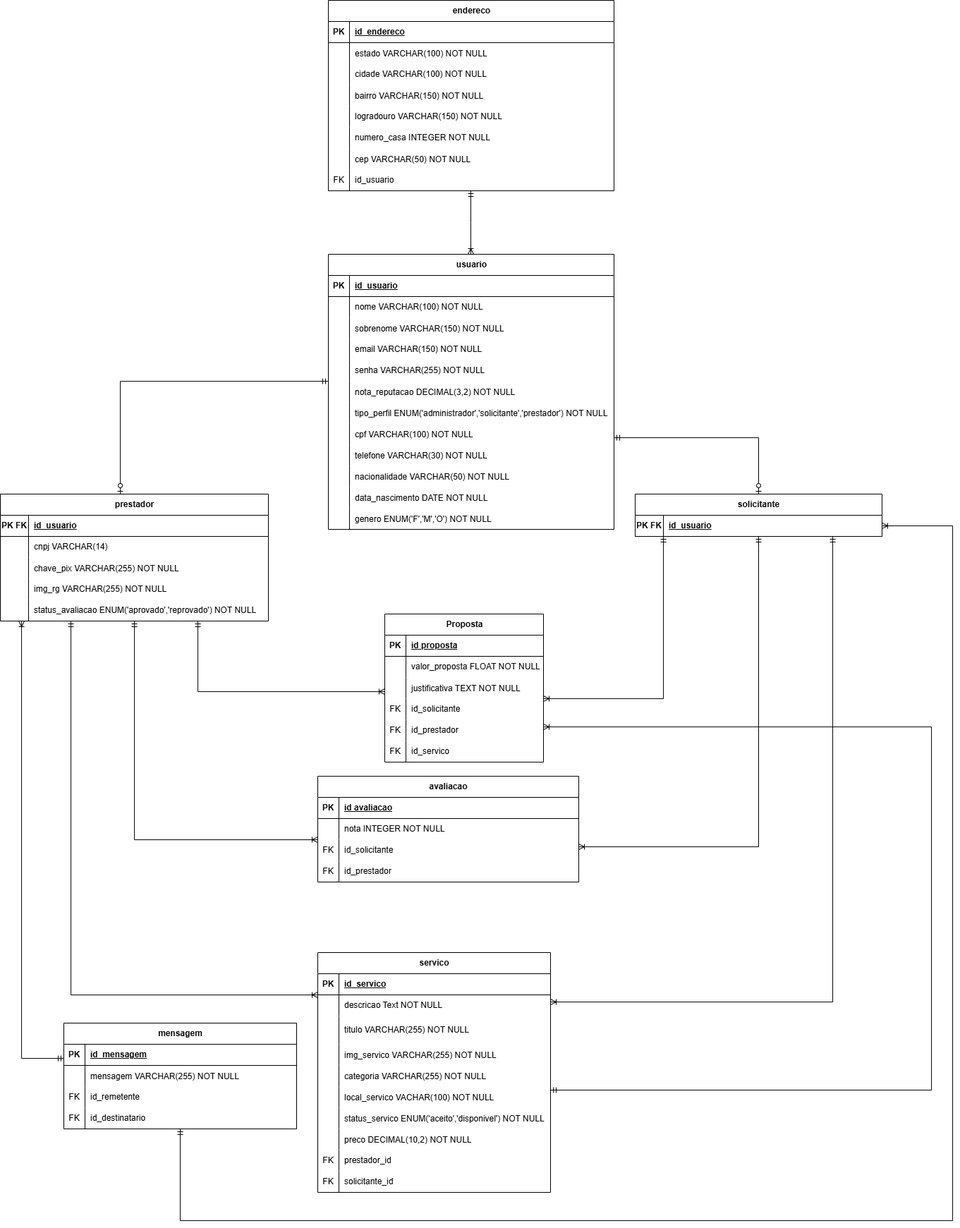
Before: DOCUMENTACAO/Banco_de_dados/DB_Chamuze_Logico.drawio.png, a diagram exported from draw.io (ChamuZe/ChamuZe). Source tidied: cells renumbered, new cells last; positions are measured from the earlier drawing's top-left corner, leaving out a move shared by most shapes.
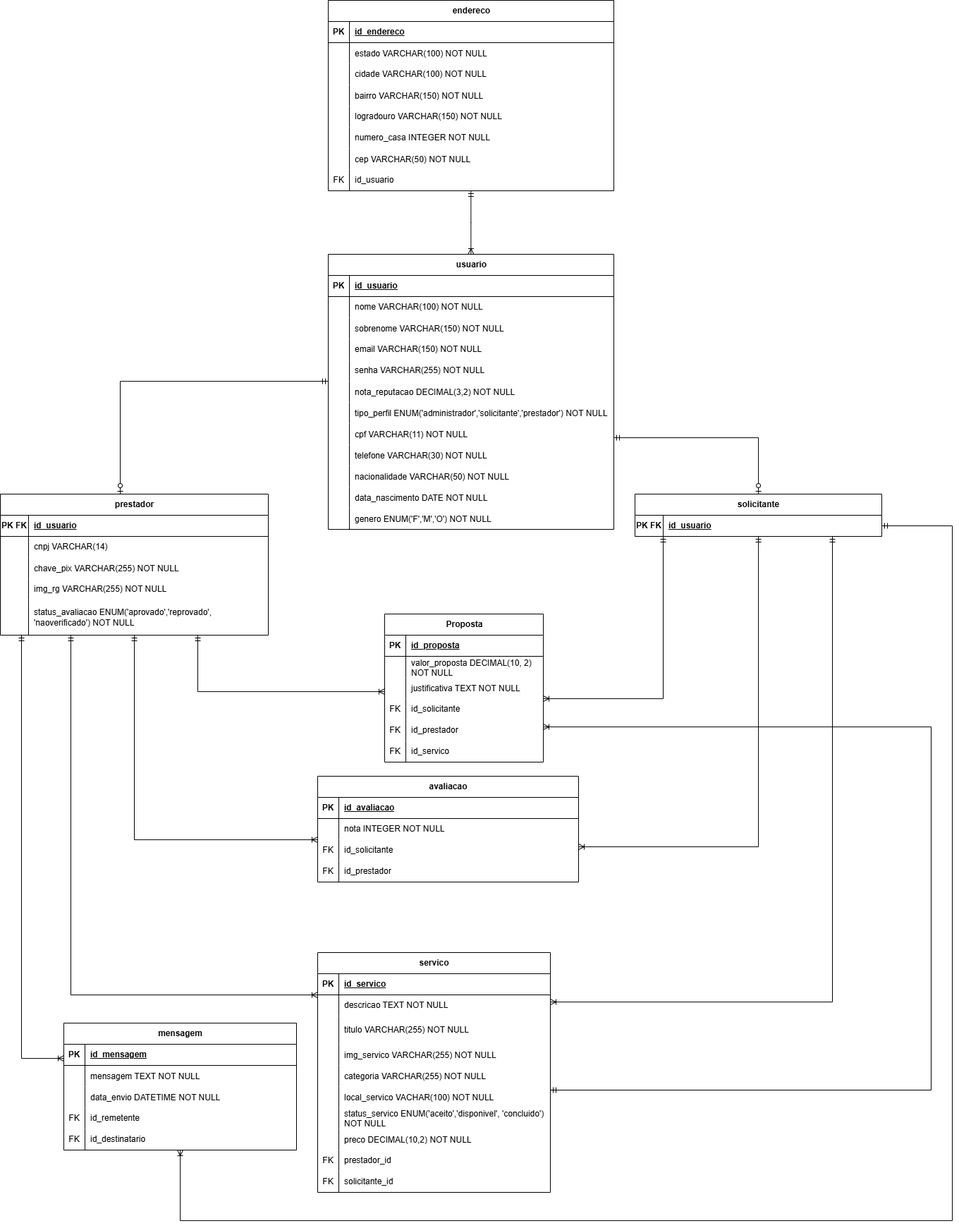
After the commit.

What changed in the source:
```diff
@@ -88,7 +88,7 @@
     <mxCell id="27" style="shape=partialRectangle;fillColor=none;top=0;left=0;bottom=0;right=0;overflow=hidden;" parent="26" vertex="1">
       <mxGeometry width="30" height="30" as="geometry" />
     </mxCell>
-    <mxCell id="28" value="cpf VARCHAR(100) NOT NULL" style="shape=partialRectangle;fillColor=none;top=0;left=0;bottom=0;right=0;align=left;spacingLeft=6;overflow=hidden;" parent="26" vertex="1">
+    <mxCell id="28" value="cpf VARCHAR(11) NOT NULL" style="shape=partialRectangle;fillColor=none;top=0;left=0;bottom=0;right=0;align=left;spacingLeft=6;overflow=hidden;" parent="26" vertex="1">
       <mxGeometry x="30" width="375" height="30" as="geometry" />
     </mxCell>
     <mxCell id="29" style="shape=tableRow;horizontal=0;startSize=0;swimlaneHead=0;swimlaneBody=0;fillColor=none;top=0;left=0;right=0;bottom=0;" parent="4" vertex="1">
@@ -136,7 +136,7 @@
     <mxCell id="43" value="PK" style="shape=partialRectangle;fillColor=none;top=0;left=0;bottom=0;right=0;fontStyle=1;overflow=hidden;whiteSpace=wrap;html=1;" parent="42" vertex="1">
       <mxGeometry width="30" height="30" as="geometry" />
     </mxCell>
-    <mxCell id="44" value="id avaliacao" style="shape=partialRectangle;fillColor=none;top=0;left=0;bottom=0;right=0;align=left;spacingLeft=6;fontStyle=5;overflow=hidden;whiteSpace=wrap;html=1;" parent="42" vertex="1">
+    <mxCell id="44" value="id_avaliacao" style="shape=partialRectangle;fillColor=none;top=0;left=0;bottom=0;right=0;align=left;spacingLeft=6;fontStyle=5;overflow=hidden;whiteSpace=wrap;html=1;" parent="42" vertex="1">
       <mxGeometry x="30" width="340" height="30" as="geometry" />
     </mxCell>
     <mxCell id="45" style="shape=tableRow;horizontal=0;startSize=0;swimlaneHead=0;swimlaneBody=0;fillColor=none;top=0;left=0;right=0;bottom=0;" parent="41" vertex="1">
@@ -208,7 +208,7 @@
     <mxCell id="63" value="PK" style="shape=partialRectangle;fillColor=none;top=0;left=0;bottom=0;right=0;fontStyle=1;overflow=hidden;whiteSpace=wrap;html=1;" parent="62" vertex="1">
       <mxGeometry width="30" height="30" as="geometry" />
     </mxCell>
-    <mxCell id="64" value="id proposta" style="shape=partialRectangle;fillColor=none;top=0;left=0;bottom=0;right=0;align=left;spacingLeft=6;fontStyle=5;overflow=hidden;whiteSpace=wrap;html=1;" parent="62" vertex="1">
+    <mxCell id="64" value="id_proposta" style="shape=partialRectangle;fillColor=none;top=0;left=0;bottom=0;right=0;align=left;spacingLeft=6;fontStyle=5;overflow=hidden;whiteSpace=wrap;html=1;" parent="62" vertex="1">
       <mxGeometry x="30" width="195" height="30" as="geometry" />
     </mxCell>
     <mxCell id="65" style="shape=tableRow;horizontal=0;startSize=0;swimlaneHead=0;swimlaneBody=0;fillColor=none;top=0;left=0;right=0;bottom=0;" parent="61" vertex="1">
@@ -217,7 +217,7 @@
     <mxCell id="66" style="shape=partialRectangle;fillColor=none;top=0;left=0;bottom=0;right=0;overflow=hidden;whiteSpace=wrap;html=1;" parent="65" vertex="1">
       <mxGeometry width="30" height="30" as="geometry" />
     </mxCell>
-    <mxCell id="67" value="valor_proposta FLOAT NOT NULL" style="shape=partialRectangle;fillColor=none;top=0;left=0;bottom=0;right=0;align=left;spacingLeft=6;overflow=hidden;whiteSpace=wrap;html=1;" parent="65" vertex="1">
+    <mxCell id="67" value="valor_proposta DECIMAL(10, 2) NOT NULL" style="shape=partialRectangle;fillColor=none;top=0;left=0;bottom=0;right=0;align=left;spacingLeft=6;overflow=hidden;whiteSpace=wrap;html=1;" parent="65" vertex="1">
       <mxGeometry x="30" width="195" height="30" as="geometry" />
     </mxCell>
     <mxCell id="68" style="shape=tableRow;horizontal=0;startSize=0;swimlaneHead=0;swimlaneBody=0;fillColor=none;top=0;left=0;right=0;bottom=0;" parent="61" vertex="1">
@@ -274,7 +274,7 @@
     <mxCell id="85" style="shape=partialRectangle;fillColor=none;top=0;left=0;bottom=0;right=0;overflow=hidden;whiteSpace=wrap;html=1;" parent="84" vertex="1">
       <mxGeometry width="30" height="30" as="geometry" />
     </mxCell>
-    <mxCell id="86" value="descricao Text NOT NULL" style="shape=partialRectangle;fillColor=none;top=0;left=0;bottom=0;right=0;align=left;spacingLeft=6;overflow=hidden;whiteSpace=wrap;html=1;" parent="84" vertex="1">
+    <mxCell id="86" value="descricao TEXT NOT NULL" style="shape=partialRectangle;fillColor=none;top=0;left=0;bottom=0;right=0;align=left;spacingLeft=6;overflow=hidden;whiteSpace=wrap;html=1;" parent="84" vertex="1">
       <mxGeometry x="30" width="300" height="30" as="geometry" />
     </mxCell>
     <mxCell id="87" style="shape=tableRow;horizontal=0;startSize=0;swimlaneHead=0;swimlaneBody=0;fillColor=none;top=0;left=0;right=0;bottom=0;" parent="80" vertex="1">
@@ -319,7 +319,7 @@
     <mxCell id="100" style="shape=partialRectangle;fillColor=none;top=0;left=0;bottom=0;right=0;overflow=hidden;" parent="99" vertex="1">
       <mxGeometry width="30" height="30" as="geometry" />
     </mxCell>
-    <mxCell id="101" value="status_servico ENUM('aceito','disponivel') NOT NULL" style="shape=partialRectangle;fillColor=none;top=0;left=0;bottom=0;right=0;align=left;spacingLeft=6;overflow=hidden;" parent="99" vertex="1">
+    <mxCell id="101" value="status_servico ENUM('aceito','disponivel', 'concluido') &#10;NOT NULL" style="shape=partialRectangle;fillColor=none;top=0;left=0;bottom=0;right=0;align=left;spacingLeft=6;overflow=hidden;" parent="99" vertex="1">
       <mxGeometry x="30" width="300" height="30" as="geometry" />
     </mxCell>
     <mxCell id="102" style="shape=tableRow;horizontal=0;startSize=0;swimlaneHead=0;swimlaneBody=0;fillColor=none;top=0;left=0;right=0;bottom=0;" parent="80" vertex="1">
@@ -363,7 +363,7 @@
         </Array>
       </mxGeometry>
     </mxCell>
-    <mxCell id="113" style="edgeStyle=orthogonalEdgeStyle;rounded=0;jettySize=auto;html=1;endArrow=ERmandOne;endFill=0;startArrow=ERoneToMany;startFill=0;" parent="1" edge="1" source="114" target="158">
+    <mxCell id="113" style="edgeStyle=orthogonalEdgeStyle;rounded=0;jettySize=auto;html=1;endArrow=ERoneToMany;endFill=0;startArrow=ERmandOne;startFill=0;" parent="1" edge="1" source="114" target="158">
       <mxGeometry relative="1" as="geometry">
         <Array as="points">
           <mxPoint x="30" y="1500" />
@@ -371,7 +371,7 @@
       </mxGeometry>
     </mxCell>
     <mxCell id="114" value="prestador" style="shape=table;startSize=30;rowLines=0;fontStyle=1;align=center;html=1;" parent="1" vertex="1">
-      <mxGeometry y="700" width="380" height="180" as="geometry" />
+      <mxGeometry y="700" width="380" height="200" as="geometry" />
     </mxCell>
     <mxCell id="115" style="shape=tableRow;horizontal=0;startSize=0;swimlaneHead=0;swimlaneBody=0;fillColor=none;top=0;left=0;right=0;bottom=1;" parent="114" vertex="1">
       <mxGeometry y="30" width="380" height="30" as="geometry" />
@@ -410,13 +410,13 @@
       <mxGeometry x="40" width="340" height="30" as="geometry" />
     </mxCell>
     <mxCell id="127" style="shape=tableRow;horizontal=0;startSize=0;swimlaneHead=0;swimlaneBody=0;fillColor=none;top=0;left=0;right=0;bottom=0;" parent="114" vertex="1">
-      <mxGeometry y="150" width="380" height="30" as="geometry" />
+      <mxGeometry y="150" width="380" height="50" as="geometry" />
     </mxCell>
     <mxCell id="128" style="shape=partialRectangle;fillColor=none;top=0;left=0;bottom=0;right=0;overflow=hidden;whiteSpace=wrap;html=1;" parent="127" vertex="1">
-      <mxGeometry width="40" height="30" as="geometry" />
+      <mxGeometry width="40" height="50" as="geometry" />
     </mxCell>
-    <mxCell id="129" value="status_avaliacao ENUM('aprovado','reprovado') NOT NULL" style="shape=partialRectangle;fillColor=none;top=0;left=0;bottom=0;right=0;align=left;spacingLeft=6;overflow=hidden;whiteSpace=wrap;html=1;" parent="127" vertex="1">
-      <mxGeometry x="40" width="340" height="30" as="geometry" />
+    <mxCell id="129" value="status_avaliacao ENUM('aprovado','reprovado', 'naoverificado') NOT NULL" style="shape=partialRectangle;fillColor=none;top=0;left=0;bottom=0;right=0;align=left;spacingLeft=6;overflow=hidden;whiteSpace=wrap;html=1;" parent="127" vertex="1">
+      <mxGeometry x="40" width="340" height="50" as="geometry" />
     </mxCell>
     <mxCell id="130" style="edgeStyle=orthogonalEdgeStyle;rounded=0;jettySize=auto;html=1;endArrow=ERoneToMany;endFill=0;startArrow=ERmandOne;startFill=0;" parent="1" edge="1" source="114" target="61">
       <mxGeometry relative="1" as="geometry">
@@ -512,7 +512,7 @@
       <mxGeometry relative="1" as="geometry" />
     </mxCell>
     <mxCell id="158" value="mensagem" style="shape=table;startSize=30;rowLines=0;fontStyle=1;align=center;html=1;" parent="1" vertex="1">
-      <mxGeometry x="90" y="1450" width="330" height="150" as="geometry" />
+      <mxGeometry x="90" y="1450" width="330" height="180" as="geometry" />
     </mxCell>
     <mxCell id="159" style="shape=tableRow;horizontal=0;startSize=0;swimlaneHead=0;swimlaneBody=0;fillColor=none;top=0;left=0;right=0;bottom=1;" parent="158" vertex="1">
       <mxGeometry y="30" width="330" height="30" as="geometry" />
@@ -529,11 +529,20 @@
     <mxCell id="163" style="shape=partialRectangle;fillColor=none;top=0;left=0;bottom=0;right=0;overflow=hidden;" parent="162" vertex="1">
       <mxGeometry width="30" height="30" as="geometry" />
     </mxCell>
-    <mxCell id="164" value="mensagem VARCHAR(255) NOT NULL" style="shape=partialRectangle;fillColor=none;top=0;left=0;bottom=0;right=0;align=left;spacingLeft=6;overflow=hidden;" parent="162" vertex="1">
+    <mxCell id="164" value="mensagem TEXT NOT NULL" style="shape=partialRectangle;fillColor=none;top=0;left=0;bottom=0;right=0;align=left;spacingLeft=6;overflow=hidden;" parent="162" vertex="1">
       <mxGeometry x="30" width="300" height="30" as="geometry" />
     </mxCell>
+    <mxCell id="172" style="shape=tableRow;horizontal=0;startSize=0;swimlaneHead=0;swimlaneBody=0;fillColor=none;top=0;left=0;right=0;bottom=0;" parent="158" vertex="1">
+      <mxGeometry y="90" width="330" height="30" as="geometry" />
+    </mxCell>
+    <mxCell id="173" style="shape=partialRectangle;fillColor=none;top=0;left=0;bottom=0;right=0;overflow=hidden;" parent="172" vertex="1">
+      <mxGeometry width="30" height="30" as="geometry" />
+    </mxCell>
+    <mxCell id="174" value="data_envio DATETIME NOT NULL" style="shape=partialRectangle;fillColor=none;top=0;left=0;bottom=0;right=0;align=left;spacingLeft=6;overflow=hidden;" parent="172" vertex="1">
+      <mxGeometry x="30" width="300" height="30" as="geometry" />
+    </mxCell>
     <mxCell id="165" style="shape=tableRow;horizontal=0;startSize=0;swimlaneHead=0;swimlaneBody=0;fillColor=none;top=0;left=0;right=0;bottom=0;" parent="158" vertex="1">
-      <mxGeometry y="90" width="330" height="30" as="geometry" />
+      <mxGeometry y="120" width="330" height="30" as="geometry" />
     </mxCell>
     <mxCell id="166" value="FK" style="shape=partialRectangle;fillColor=none;top=0;left=0;bottom=0;right=0;fontStyle=0;overflow=hidden;whiteSpace=wrap;html=1;" parent="165" vertex="1">
       <mxGeometry width="30" height="30" as="geometry" />
@@ -542,7 +551,7 @@
       <mxGeometry x="30" width="300" height="30" as="geometry" />
     </mxCell>
     <mxCell id="168" style="shape=tableRow;horizontal=0;startSize=0;swimlaneHead=0;swimlaneBody=0;fillColor=none;top=0;left=0;right=0;bottom=0;" parent="158" vertex="1">
-      <mxGeometry y="120" width="330" height="30" as="geometry" />
+      <mxGeometry y="150" width="330" height="30" as="geometry" />
     </mxCell>
     <mxCell id="169" value="FK" style="shape=partialRectangle;fillColor=none;top=0;left=0;bottom=0;right=0;fontStyle=0;overflow=hidden;whiteSpace=wrap;html=1;" parent="168" vertex="1">
       <mxGeometry width="30" height="30" as="geometry" />
@@ -550,7 +559,7 @@
     <mxCell id="170" value="id_destinatario" style="shape=partialRectangle;fillColor=none;top=0;left=0;bottom=0;right=0;align=left;spacingLeft=6;fontStyle=0;overflow=hidden;whiteSpace=wrap;html=1;" parent="168" vertex="1">
       <mxGeometry x="30" width="300" height="30" as="geometry" />
     </mxCell>
-    <mxCell id="171" style="edgeStyle=orthogonalEdgeStyle;rounded=0;jettySize=auto;html=1;endArrow=ERmandOne;endFill=0;startArrow=ERoneToMany;startFill=0;" parent="1" edge="1" source="58" target="158">
+    <mxCell id="171" style="edgeStyle=orthogonalEdgeStyle;rounded=0;jettySize=auto;html=1;endArrow=ERoneToMany;endFill=0;startArrow=ERmandOne;startFill=0;" parent="1" edge="1" source="58" target="158">
       <mxGeometry relative="1" as="geometry">
         <Array as="points">
           <mxPoint x="1350" y="745" />
```
